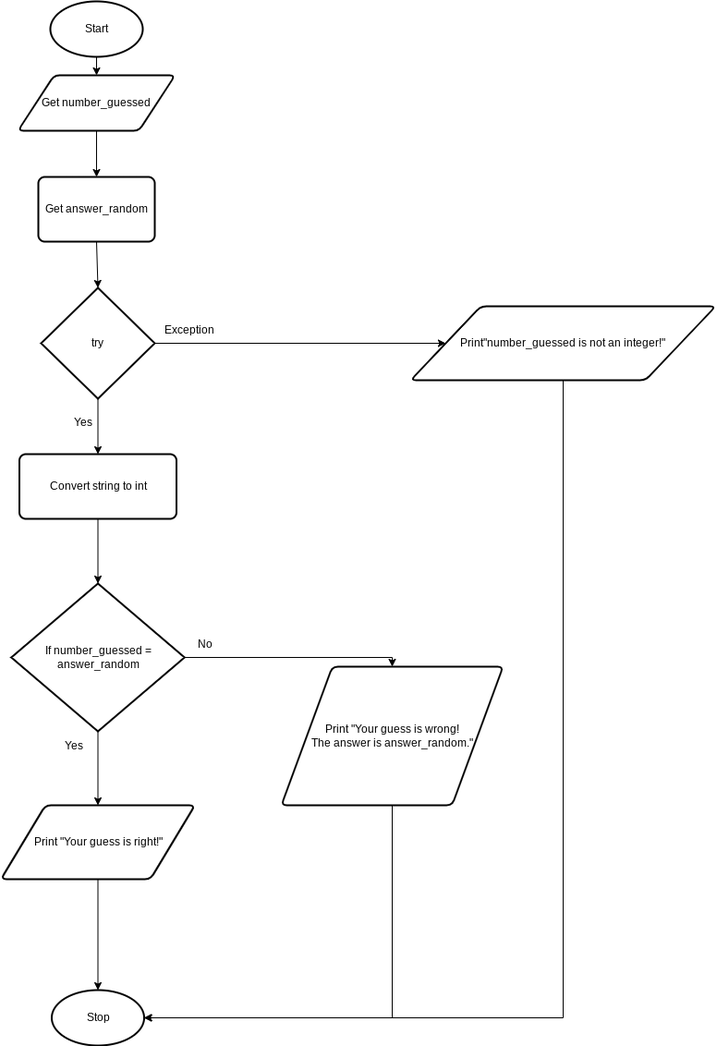
This is design.number_guess.flowchart.png from Yiyun-Qin/ICS3U-Unit4-04-Python, a draw.io export, as it was before one commit. Source tidied: cells renumbered, new cells last; positions are measured from the earlier drawing's top-left corner, leaving out a move shared by most shapes.
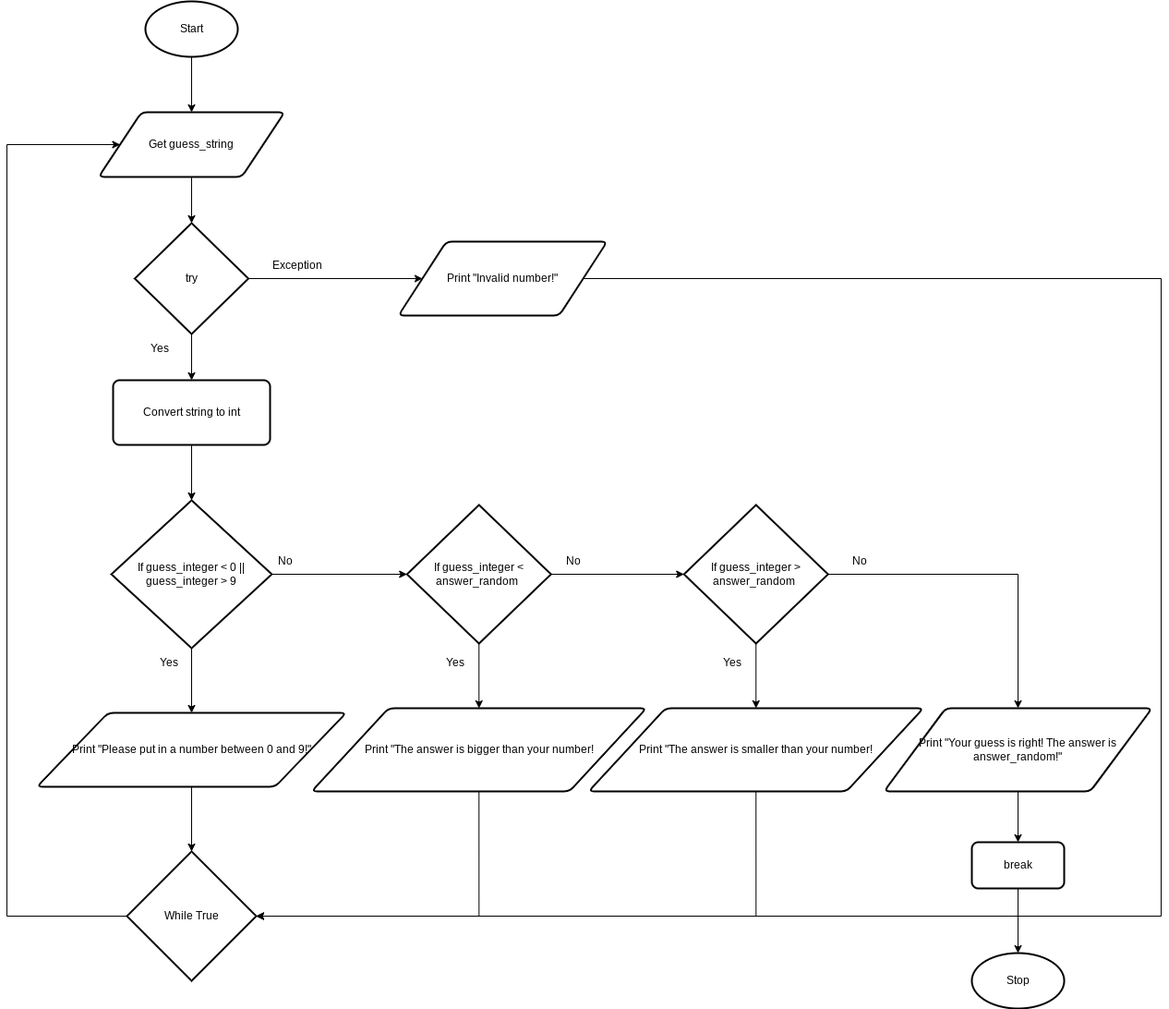
After the commit.

The edit, as a diff of the source:
```diff
@@ -2,56 +2,42 @@
   <root>
     <mxCell id="0" />
     <mxCell id="1" parent="0" />
-    <mxCell id="2" style="edgeStyle=none;html=1;exitX=0.5;exitY=1;exitDx=0;exitDy=0;exitPerimeter=0;entryX=0.5;entryY=0;entryDx=0;entryDy=0;" parent="1" edge="1" source="3" target="5">
-      <mxGeometry relative="1" as="geometry" />
-    </mxCell>
+    <mxCell id="27" style="edgeStyle=none;html=1;exitX=0.5;exitY=1;exitDx=0;exitDy=0;exitPerimeter=0;entryX=0.5;entryY=0;entryDx=0;entryDy=0;" parent="1" edge="1" source="3" target="33">
+      <mxGeometry relative="1" as="geometry" />
+    </mxCell>
     <mxCell id="3" value="Start" style="strokeWidth=2;html=1;shape=mxgraph.flowchart.start_1;whiteSpace=wrap;" parent="1" vertex="1">
       <mxGeometry x="54" width="100" height="60" as="geometry" />
     </mxCell>
-    <mxCell id="4" style="edgeStyle=none;html=1;exitX=0.5;exitY=1;exitDx=0;exitDy=0;entryX=0.5;entryY=0;entryDx=0;entryDy=0;" parent="1" edge="1" source="5">
-      <mxGeometry relative="1" as="geometry">
-        <mxPoint x="104" y="190" as="targetPoint" />
-      </mxGeometry>
-    </mxCell>
-    <mxCell id="5" value="Get number_guessed" style="shape=parallelogram;html=1;strokeWidth=2;perimeter=parallelogramPerimeter;whiteSpace=wrap;rounded=1;arcSize=12;size=0.23;" parent="1" vertex="1">
-      <mxGeometry x="19" y="80" width="170" height="60" as="geometry" />
-    </mxCell>
-    <mxCell id="6" style="edgeStyle=orthogonalEdgeStyle;rounded=0;html=1;exitX=0.5;exitY=1;exitDx=0;exitDy=0;entryX=0.5;entryY=0;entryDx=0;entryDy=0;entryPerimeter=0;" parent="1" edge="1" source="7" target="8">
-      <mxGeometry relative="1" as="geometry" />
-    </mxCell>
+    <mxCell id="28" style="edgeStyle=orthogonalEdgeStyle;rounded=0;html=1;exitX=0.5;exitY=1;exitDx=0;exitDy=0;entryX=0.5;entryY=0;entryDx=0;entryDy=0;entryPerimeter=0;" parent="1" edge="1" source="7" target="51">
+      <mxGeometry relative="1" as="geometry" />
+    </mxCell>
-    <mxCell id="7" value="Print &quot;Your guess is right!&quot;" style="shape=parallelogram;html=1;strokeWidth=2;perimeter=parallelogramPerimeter;whiteSpace=wrap;rounded=1;arcSize=12;size=0.23;" parent="1" vertex="1">
-      <mxGeometry x="0.5" y="870" width="210" height="80" as="geometry" />
+    <mxCell id="7" value="Print &quot;Please put in a number between 0 and 9!&quot;" style="shape=parallelogram;html=1;strokeWidth=2;perimeter=parallelogramPerimeter;whiteSpace=wrap;rounded=1;arcSize=12;size=0.23;" parent="1" vertex="1">
+      <mxGeometry x="-63.5" y="770" width="335" height="80" as="geometry" />
     </mxCell>
     <mxCell id="8" value="Stop" style="strokeWidth=2;html=1;shape=mxgraph.flowchart.start_1;whiteSpace=wrap;" parent="1" vertex="1">
-      <mxGeometry x="55.5" y="1070" width="100" height="60" as="geometry" />
+      <mxGeometry x="949" y="1030" width="100" height="60" as="geometry" />
     </mxCell>
     <mxCell id="9" style="edgeStyle=none;html=1;exitX=0.5;exitY=1;exitDx=0;exitDy=0;exitPerimeter=0;entryX=0.5;entryY=0;entryDx=0;entryDy=0;" parent="1" edge="1" source="11" target="7">
       <mxGeometry relative="1" as="geometry" />
     </mxCell>
-    <mxCell id="10" style="edgeStyle=orthogonalEdgeStyle;html=1;exitX=1;exitY=0.5;exitDx=0;exitDy=0;exitPerimeter=0;entryX=0.5;entryY=0;entryDx=0;entryDy=0;rounded=0;" parent="1" edge="1" source="11" target="14">
-      <mxGeometry relative="1" as="geometry" />
-    </mxCell>
+    <mxCell id="29" style="edgeStyle=none;html=1;exitX=1;exitY=0.5;exitDx=0;exitDy=0;exitPerimeter=0;entryX=0;entryY=0.5;entryDx=0;entryDy=0;entryPerimeter=0;" parent="1" edge="1" source="11" target="36">
+      <mxGeometry relative="1" as="geometry" />
+    </mxCell>
-    <mxCell id="11" value="If number_guessed = answer_random" style="strokeWidth=2;html=1;shape=mxgraph.flowchart.decision;whiteSpace=wrap;" parent="1" vertex="1">
-      <mxGeometry x="11.8" y="630" width="187.5" height="160" as="geometry" />
+    <mxCell id="11" value="If guess_integer &amp;lt; 0 || guess_integer &amp;gt; 9" style="strokeWidth=2;html=1;shape=mxgraph.flowchart.decision;whiteSpace=wrap;" parent="1" vertex="1">
+      <mxGeometry x="17.1" y="540" width="173.8" height="160" as="geometry" />
     </mxCell>
     <mxCell id="12" value="Yes" style="text;strokeColor=none;fillColor=none;align=left;verticalAlign=middle;spacingLeft=4;spacingRight=4;overflow=hidden;" parent="1" vertex="1">
-      <mxGeometry x="64" y="790" width="37.5" height="30" as="geometry" />
+      <mxGeometry x="64" y="700" width="37.5" height="30" as="geometry" />
     </mxCell>
-    <mxCell id="13" style="edgeStyle=orthogonalEdgeStyle;rounded=0;html=1;exitX=0.5;exitY=1;exitDx=0;exitDy=0;entryX=1;entryY=0.5;entryDx=0;entryDy=0;entryPerimeter=0;" parent="1" edge="1" source="14" target="8">
-      <mxGeometry relative="1" as="geometry" />
-    </mxCell>
+    <mxCell id="30" style="edgeStyle=orthogonalEdgeStyle;rounded=0;html=1;exitX=0.5;exitY=1;exitDx=0;exitDy=0;entryX=1;entryY=0.5;entryDx=0;entryDy=0;entryPerimeter=0;" parent="1" edge="1" source="14" target="51">
+      <mxGeometry relative="1" as="geometry" />
+    </mxCell>
-    <mxCell id="14" value="Print &quot;Your guess is wrong!&lt;br&gt;The answer is answer_random.&quot;" style="shape=parallelogram;html=1;strokeWidth=2;perimeter=parallelogramPerimeter;whiteSpace=wrap;rounded=1;arcSize=12;size=0.23;" parent="1" vertex="1">
-      <mxGeometry x="304" y="720" width="240" height="150" as="geometry" />
+    <mxCell id="14" value="Print &quot;The answer is bigger than your number!" style="shape=parallelogram;html=1;strokeWidth=2;perimeter=parallelogramPerimeter;whiteSpace=wrap;rounded=1;arcSize=12;size=0.23;" parent="1" vertex="1">
+      <mxGeometry x="234" y="765" width="362.5" height="90" as="geometry" />
     </mxCell>
     <mxCell id="15" value="No" style="text;strokeColor=none;fillColor=none;align=left;verticalAlign=middle;spacingLeft=4;spacingRight=4;overflow=hidden;" parent="1" vertex="1">
-      <mxGeometry x="208" y="680" width="80" height="30" as="geometry" />
+      <mxGeometry x="191.5" y="590" width="80" height="30" as="geometry" />
     </mxCell>
-    <mxCell id="16" style="edgeStyle=none;html=1;exitX=0.5;exitY=1;exitDx=0;exitDy=0;entryX=0.5;entryY=0;entryDx=0;entryDy=0;entryPerimeter=0;" parent="1" edge="1" source="17" target="20">
-      <mxGeometry relative="1" as="geometry" />
-    </mxCell>
-    <mxCell id="17" value="Get answer_random" style="rounded=1;whiteSpace=wrap;html=1;absoluteArcSize=1;arcSize=14;strokeWidth=2;" parent="1" vertex="1">
-      <mxGeometry x="41" y="190" width="126" height="70" as="geometry" />
-    </mxCell>
     <mxCell id="18" style="edgeStyle=none;html=1;exitX=1;exitY=0.5;exitDx=0;exitDy=0;exitPerimeter=0;entryX=0;entryY=0.5;entryDx=0;entryDy=0;" parent="1" edge="1" source="20" target="24">
       <mxGeometry relative="1" as="geometry" />
     </mxCell>
@@ -59,25 +45,95 @@
       <mxGeometry relative="1" as="geometry" />
     </mxCell>
     <mxCell id="20" value="try" style="strokeWidth=2;html=1;shape=mxgraph.flowchart.decision;whiteSpace=wrap;" parent="1" vertex="1">
-      <mxGeometry x="44" y="310" width="123" height="120" as="geometry" />
+      <mxGeometry x="42.5" y="240" width="123" height="120" as="geometry" />
     </mxCell>
     <mxCell id="21" value="Yes" style="text;strokeColor=none;fillColor=none;align=left;verticalAlign=middle;spacingLeft=4;spacingRight=4;overflow=hidden;" parent="1" vertex="1">
-      <mxGeometry x="74" y="440" width="37.5" height="30" as="geometry" />
+      <mxGeometry x="54" y="360" width="37.5" height="30" as="geometry" />
     </mxCell>
     <mxCell id="22" value="Exception" style="text;strokeColor=none;fillColor=none;align=left;verticalAlign=middle;spacingLeft=4;spacingRight=4;overflow=hidden;" parent="1" vertex="1">
-      <mxGeometry x="171.5" y="340" width="62.5" height="30" as="geometry" />
+      <mxGeometry x="185.5" y="270" width="62.5" height="30" as="geometry" />
     </mxCell>
-    <mxCell id="23" style="edgeStyle=orthogonalEdgeStyle;html=1;exitX=0.5;exitY=1;exitDx=0;exitDy=0;entryX=1;entryY=0.5;entryDx=0;entryDy=0;entryPerimeter=0;rounded=0;" parent="1" edge="1" source="24" target="8">
-      <mxGeometry relative="1" as="geometry" />
-    </mxCell>
+    <mxCell id="31" style="edgeStyle=orthogonalEdgeStyle;rounded=0;html=1;exitX=1;exitY=0.5;exitDx=0;exitDy=0;entryX=1;entryY=0.5;entryDx=0;entryDy=0;entryPerimeter=0;" parent="1" edge="1" source="24" target="51">
+      <mxGeometry relative="1" as="geometry">
+        <Array as="points">
+          <mxPoint x="1154" y="300" />
+          <mxPoint x="1154" y="990" />
+        </Array>
+      </mxGeometry>
+    </mxCell>
-    <mxCell id="24" value="Print&quot;number_guessed is not an integer!&quot;" style="shape=parallelogram;html=1;strokeWidth=2;perimeter=parallelogramPerimeter;whiteSpace=wrap;rounded=1;arcSize=12;size=0.23;" parent="1" vertex="1">
-      <mxGeometry x="444" y="330" width="330" height="80" as="geometry" />
+    <mxCell id="24" value="Print &quot;Invalid number!&quot;" style="shape=parallelogram;html=1;strokeWidth=2;perimeter=parallelogramPerimeter;whiteSpace=wrap;rounded=1;arcSize=12;size=0.23;" parent="1" vertex="1">
+      <mxGeometry x="328" y="260" width="226" height="80" as="geometry" />
     </mxCell>
     <mxCell id="25" style="edgeStyle=none;html=1;exitX=0.5;exitY=1;exitDx=0;exitDy=0;entryX=0.5;entryY=0;entryDx=0;entryDy=0;entryPerimeter=0;" parent="1" edge="1" source="26" target="11">
       <mxGeometry relative="1" as="geometry" />
     </mxCell>
     <mxCell id="26" value="Convert string to int" style="rounded=1;whiteSpace=wrap;html=1;absoluteArcSize=1;arcSize=14;strokeWidth=2;" parent="1" vertex="1">
-      <mxGeometry x="20.5" y="490" width="170" height="70" as="geometry" />
+      <mxGeometry x="19" y="410" width="170" height="70" as="geometry" />
     </mxCell>
+    <mxCell id="32" style="edgeStyle=none;html=1;exitX=0.5;exitY=1;exitDx=0;exitDy=0;entryX=0.5;entryY=0;entryDx=0;entryDy=0;entryPerimeter=0;" parent="1" edge="1" source="33" target="20">
+      <mxGeometry relative="1" as="geometry" />
+    </mxCell>
+    <mxCell id="33" value="Get guess_string" style="shape=parallelogram;html=1;strokeWidth=2;perimeter=parallelogramPerimeter;whiteSpace=wrap;rounded=1;arcSize=12;size=0.23;" parent="1" vertex="1">
+      <mxGeometry x="3.4" y="120" width="201.2" height="70" as="geometry" />
+    </mxCell>
+    <mxCell id="34" style="edgeStyle=none;html=1;exitX=0.5;exitY=1;exitDx=0;exitDy=0;exitPerimeter=0;entryX=0.5;entryY=0;entryDx=0;entryDy=0;" parent="1" edge="1" source="36" target="14">
+      <mxGeometry relative="1" as="geometry" />
+    </mxCell>
+    <mxCell id="35" style="edgeStyle=none;html=1;exitX=1;exitY=0.5;exitDx=0;exitDy=0;exitPerimeter=0;" parent="1" edge="1" source="36" target="40">
+      <mxGeometry relative="1" as="geometry" />
+    </mxCell>
+    <mxCell id="36" value="If guess_integer &amp;lt; answer_random&amp;nbsp;" style="strokeWidth=2;html=1;shape=mxgraph.flowchart.decision;whiteSpace=wrap;" parent="1" vertex="1">
+      <mxGeometry x="337.2" y="545" width="156" height="150" as="geometry" />
+    </mxCell>
+    <mxCell id="37" value="Yes" style="text;strokeColor=none;fillColor=none;align=left;verticalAlign=middle;spacingLeft=4;spacingRight=4;overflow=hidden;" parent="1" vertex="1">
+      <mxGeometry x="374" y="700" width="37.5" height="30" as="geometry" />
+    </mxCell>
+    <mxCell id="38" style="edgeStyle=none;html=1;exitX=0.5;exitY=1;exitDx=0;exitDy=0;exitPerimeter=0;entryX=0.5;entryY=0;entryDx=0;entryDy=0;" parent="1" edge="1" source="40" target="42">
+      <mxGeometry relative="1" as="geometry" />
+    </mxCell>
+    <mxCell id="39" style="edgeStyle=orthogonalEdgeStyle;html=1;exitX=1;exitY=0.5;exitDx=0;exitDy=0;exitPerimeter=0;entryX=0.5;entryY=0;entryDx=0;entryDy=0;rounded=0;" parent="1" edge="1" source="40" target="46">
+      <mxGeometry relative="1" as="geometry" />
+    </mxCell>
+    <mxCell id="40" value="If guess_integer &amp;gt; answer_random&amp;nbsp;" style="strokeWidth=2;html=1;shape=mxgraph.flowchart.decision;whiteSpace=wrap;" parent="1" vertex="1">
+      <mxGeometry x="637.2" y="545" width="156" height="150" as="geometry" />
+    </mxCell>
+    <mxCell id="41" style="edgeStyle=orthogonalEdgeStyle;rounded=0;html=1;exitX=0.5;exitY=1;exitDx=0;exitDy=0;entryX=1;entryY=0.5;entryDx=0;entryDy=0;entryPerimeter=0;" parent="1" edge="1" source="42" target="51">
+      <mxGeometry relative="1" as="geometry" />
+    </mxCell>
+    <mxCell id="42" value="Print &quot;The answer is smaller than your number!" style="shape=parallelogram;html=1;strokeWidth=2;perimeter=parallelogramPerimeter;whiteSpace=wrap;rounded=1;arcSize=12;size=0.23;" parent="1" vertex="1">
+      <mxGeometry x="534" y="765" width="362.5" height="90" as="geometry" />
+    </mxCell>
+    <mxCell id="43" value="No" style="text;strokeColor=none;fillColor=none;align=left;verticalAlign=middle;spacingLeft=4;spacingRight=4;overflow=hidden;" parent="1" vertex="1">
+      <mxGeometry x="504" y="590" width="30" height="30" as="geometry" />
+    </mxCell>
+    <mxCell id="44" value="Yes" style="text;strokeColor=none;fillColor=none;align=left;verticalAlign=middle;spacingLeft=4;spacingRight=4;overflow=hidden;" parent="1" vertex="1">
+      <mxGeometry x="674" y="700" width="37.5" height="30" as="geometry" />
+    </mxCell>
+    <mxCell id="45" style="edgeStyle=orthogonalEdgeStyle;rounded=0;html=1;exitX=0.5;exitY=1;exitDx=0;exitDy=0;entryX=0.5;entryY=0;entryDx=0;entryDy=0;" parent="1" edge="1" source="46" target="49">
+      <mxGeometry relative="1" as="geometry" />
+    </mxCell>
+    <mxCell id="46" value="Print &quot;Your guess is right! The answer is answer_random!&quot;" style="shape=parallelogram;html=1;strokeWidth=2;perimeter=parallelogramPerimeter;whiteSpace=wrap;rounded=1;arcSize=12;size=0.23;" parent="1" vertex="1">
+      <mxGeometry x="854" y="765" width="290" height="90" as="geometry" />
+    </mxCell>
+    <mxCell id="47" value="No" style="text;strokeColor=none;fillColor=none;align=left;verticalAlign=middle;spacingLeft=4;spacingRight=4;overflow=hidden;" parent="1" vertex="1">
+      <mxGeometry x="814" y="590" width="30" height="30" as="geometry" />
+    </mxCell>
+    <mxCell id="48" style="edgeStyle=orthogonalEdgeStyle;rounded=0;html=1;exitX=0.5;exitY=1;exitDx=0;exitDy=0;entryX=0.5;entryY=0;entryDx=0;entryDy=0;entryPerimeter=0;" parent="1" edge="1" source="49" target="8">
+      <mxGeometry relative="1" as="geometry" />
+    </mxCell>
+    <mxCell id="49" value="break" style="rounded=1;whiteSpace=wrap;html=1;absoluteArcSize=1;arcSize=14;strokeWidth=2;" parent="1" vertex="1">
+      <mxGeometry x="949" y="910" width="100" height="50" as="geometry" />
+    </mxCell>
+    <mxCell id="50" style="edgeStyle=orthogonalEdgeStyle;rounded=0;html=1;exitX=0;exitY=0.5;exitDx=0;exitDy=0;exitPerimeter=0;entryX=0;entryY=0.5;entryDx=0;entryDy=0;" parent="1" edge="1" source="51" target="33">
+      <mxGeometry relative="1" as="geometry">
+        <Array as="points">
+          <mxPoint x="-96" y="990" />
+          <mxPoint x="-96" y="155" />
+        </Array>
+      </mxGeometry>
+    </mxCell>
+    <mxCell id="51" value="While True" style="strokeWidth=2;html=1;shape=mxgraph.flowchart.decision;whiteSpace=wrap;" parent="1" vertex="1">
+      <mxGeometry x="34" y="920" width="140" height="140" as="geometry" />
+    </mxCell>
   </root>
 </mxGraphModel>
```
